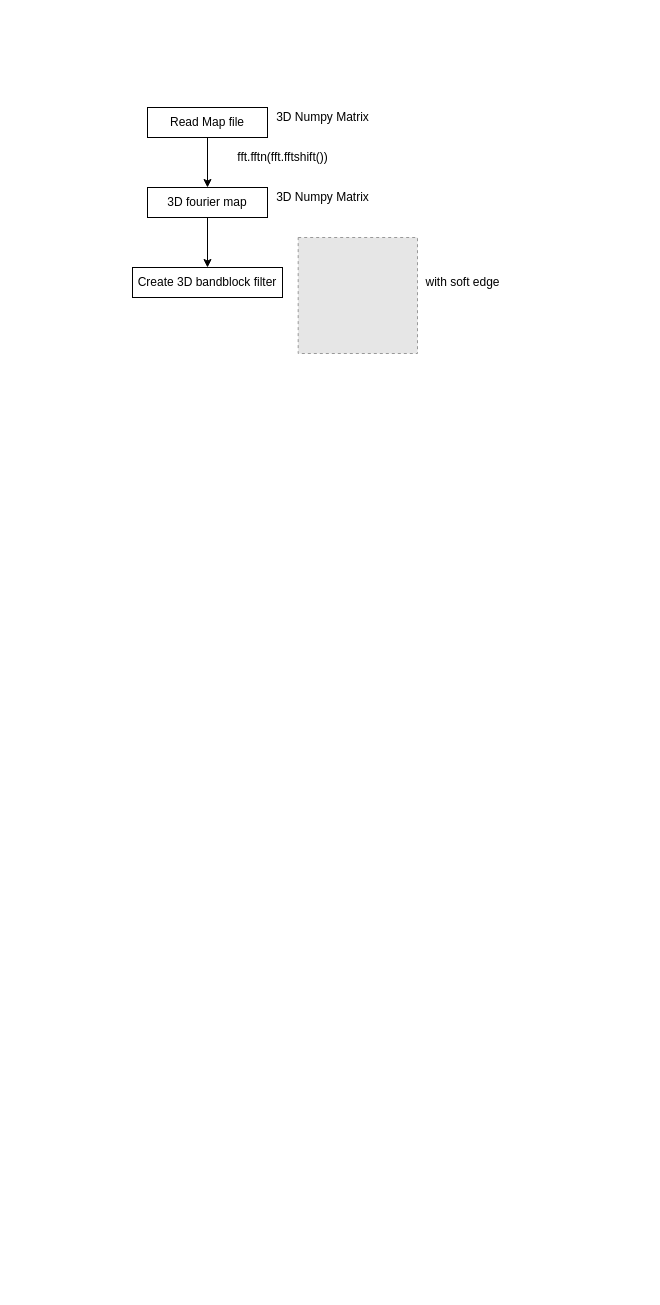
AmazonRF/test keeps this draw.io diagram as 0831Methods.drawio. Above is the earlier version. Source tidied: cells renumbered, new cells numbered last; positions are measured from the earlier drawing's top-left corner, leaving out a move shared by most shapes. Both pictures are drawn from the tidied source at 100%, with x=0, y=0 at pixel (132, 107). Pictures stored in the file or linked from it are replaced by grey dashed boxes.
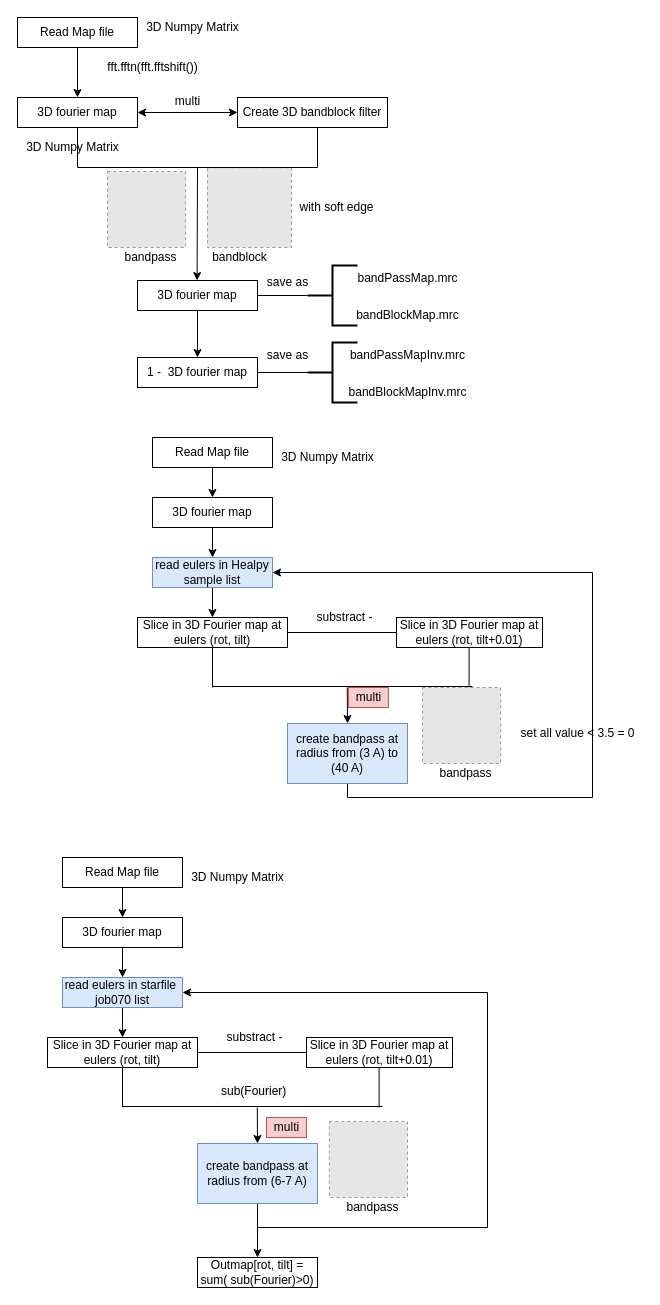
Above is the later version.

Diff of the diagram source:
```diff
@@
     <mxCell id="3" value="Read Map file" style="rounded=0;whiteSpace=wrap;html=1;" parent="1" vertex="1">
-      <mxGeometry x="15" width="120" height="30" as="geometry" />
+      <mxGeometry x="-115" y="-90" width="120" height="30" as="geometry" />
     </mxCell>
-    <mxCell id="4" style="edgeStyle=orthogonalEdgeStyle;rounded=0;jettySize=auto;html=1;exitX=0.5;exitY=1;exitDx=0;exitDy=0;entryX=0.5;entryY=0;entryDx=0;entryDy=0;" parent="1" edge="1" source="5" target="9">
-      <mxGeometry relative="1" as="geometry" />
-    </mxCell>
     <mxCell id="5" value="3D fourier map" style="rounded=0;whiteSpace=wrap;html=1;" parent="1" vertex="1">
-      <mxGeometry x="15" y="80" width="120" height="30" as="geometry" />
+      <mxGeometry x="-115" y="-10" width="120" height="30" as="geometry" />
     </mxCell>
     <mxCell id="6" value="fft.fftn(fft.fftshift())" style="text;html=1;align=center;verticalAlign=middle;strokeColor=none;" parent="1" vertex="1">
-      <mxGeometry x="95" y="40" width="110" height="20" as="geometry" />
+      <mxGeometry x="-35" y="-50" width="110" height="20" as="geometry" />
     </mxCell>
     <mxCell id="7" value="3D Numpy Matrix" style="text;html=1;align=center;verticalAlign=middle;strokeColor=none;" parent="1" vertex="1">
-      <mxGeometry x="135" width="110" height="20" as="geometry" />
+      <mxGeometry x="5" y="-90" width="110" height="20" as="geometry" />
     </mxCell>
     <mxCell id="8" value="3D Numpy Matrix" style="text;html=1;align=center;verticalAlign=middle;strokeColor=none;" parent="1" vertex="1">
-      <mxGeometry x="135" y="80" width="110" height="20" as="geometry" />
+      <mxGeometry x="-115" y="30" width="110" height="20" as="geometry" />
     </mxCell>
     <mxCell id="9" value="Create 3D bandblock filter" style="rounded=0;whiteSpace=wrap;html=1;" parent="1" vertex="1">
-      <mxGeometry y="160" width="150" height="30" as="geometry" />
+      <mxGeometry x="105" y="-10" width="150" height="30" as="geometry" />
     </mxCell>
     <mxCell id="10" value="with soft edge" style="text;html=1;align=center;verticalAlign=middle;strokeColor=none;" parent="1" vertex="1">
-      <mxGeometry x="285" y="165" width="90" height="20" as="geometry" />
+      <mxGeometry x="159" y="90.1" width="90" height="20" as="geometry" />
     </mxCell>
     <mxCell id="11" style="fillColor=#E6E6E6;strokeColor=#999999;dashed=1;verticalLabelPosition=bottom;labelBackgroundColor=#ffffff;verticalAlign=top;" parent="1" vertex="1">
-      <mxGeometry x="165.7" y="130" width="119.3" height="116" as="geometry" />
+      <mxGeometry x="-25" y="64" width="78.1" height="76" as="geometry" />
     </mxCell>
+    <mxCell id="12" style="fillColor=#E6E6E6;strokeColor=#999999;dashed=1;verticalLabelPosition=bottom;labelBackgroundColor=#ffffff;verticalAlign=top;" parent="1" vertex="1">
+      <mxGeometry x="75" y="60.2" width="84" height="79.8" as="geometry" />
+    </mxCell>
+    <mxCell id="13" value="bandpass" style="text;html=1;align=center;verticalAlign=middle;strokeColor=none;" parent="1" vertex="1">
+      <mxGeometry x="-16.9" y="140" width="70" height="20" as="geometry" />
+    </mxCell>
+    <mxCell id="14" value="bandblock" style="text;html=1;align=center;verticalAlign=middle;strokeColor=none;" parent="1" vertex="1">
+      <mxGeometry x="71.7" y="140" width="70" height="20" as="geometry" />
+    </mxCell>
+    <mxCell id="15" value="multi" style="text;html=1;align=center;verticalAlign=middle;strokeColor=none;" parent="1" vertex="1">
+      <mxGeometry x="35" y="-16" width="40" height="20" as="geometry" />
+    </mxCell>
+    <mxCell id="4" style="endArrow=classic;startArrow=classic;html=1;exitX=1;exitY=0.5;exitDx=0;exitDy=0;entryX=0;entryY=0.5;entryDx=0;entryDy=0;" parent="1" edge="1" source="5" target="9">
+      <mxGeometry relative="1" as="geometry" />
+    </mxCell>
+    <mxCell id="16" style="endArrow=none;html=1;exitX=0.5;exitY=1;exitDx=0;exitDy=0;" parent="1" edge="1" source="5">
+      <mxGeometry relative="1" as="geometry">
+        <mxPoint x="-55" y="60" as="targetPoint" />
+      </mxGeometry>
+    </mxCell>
+    <mxCell id="17" style="endArrow=none;html=1;entryX=0.5;entryY=1;entryDx=0;entryDy=0;" parent="1" edge="1">
+      <mxGeometry relative="1" as="geometry">
+        <mxPoint x="185" y="60" as="sourcePoint" />
+        <mxPoint x="185" y="20" as="targetPoint" />
+      </mxGeometry>
+    </mxCell>
+    <mxCell id="18" style="endArrow=none;html=1;" parent="1" edge="1">
+      <mxGeometry relative="1" as="geometry">
+        <mxPoint x="-55" y="60" as="sourcePoint" />
+        <mxPoint x="185" y="60" as="targetPoint" />
+      </mxGeometry>
+    </mxCell>
+    <mxCell id="19" style="edgeStyle=orthogonalEdgeStyle;rounded=0;jettySize=auto;html=1;exitX=0.5;exitY=1;exitDx=0;exitDy=0;entryX=0.5;entryY=0;entryDx=0;entryDy=0;" parent="1" edge="1" source="20" target="22">
+      <mxGeometry relative="1" as="geometry" />
+    </mxCell>
+    <mxCell id="20" value="3D fourier map" style="rounded=0;whiteSpace=wrap;html=1;" parent="1" vertex="1">
+      <mxGeometry x="5" y="173" width="120" height="30" as="geometry" />
+    </mxCell>
+    <mxCell id="21" style="endArrow=classic;html=1;" parent="1" edge="1">
+      <mxGeometry relative="1" as="geometry">
+        <mxPoint x="65" y="60" as="sourcePoint" />
+        <mxPoint x="64.6" y="173" as="targetPoint" />
+      </mxGeometry>
+    </mxCell>
+    <mxCell id="22" value="1 -&amp;nbsp; 3D fourier map" style="rounded=0;whiteSpace=wrap;html=1;" parent="1" vertex="1">
+      <mxGeometry x="5" y="250" width="120" height="30" as="geometry" />
+    </mxCell>
+    <mxCell id="23" style="strokeWidth=2;html=1;shape=mxgraph.flowchart.annotation_2;align=left;labelPosition=right;" parent="1" vertex="1">
+      <mxGeometry x="175" y="158" width="50" height="60" as="geometry" />
+    </mxCell>
+    <mxCell id="24" value="bandPassMap.mrc" style="text;html=1;align=center;verticalAlign=middle;strokeColor=none;" parent="1" vertex="1">
+      <mxGeometry x="215" y="161" width="120" height="20" as="geometry" />
+    </mxCell>
+    <mxCell id="25" value="bandBlockMap.mrc" style="text;html=1;align=center;verticalAlign=middle;strokeColor=none;" parent="1" vertex="1">
+      <mxGeometry x="215" y="198" width="120" height="20" as="geometry" />
+    </mxCell>
+    <mxCell id="26" style="endArrow=none;html=1;entryX=0;entryY=0.5;entryDx=0;entryDy=0;entryPerimeter=0;exitX=1;exitY=0.5;exitDx=0;exitDy=0;" parent="1" edge="1" source="20" target="23">
+      <mxGeometry relative="1" as="geometry" />
+    </mxCell>
+    <mxCell id="27" style="strokeWidth=2;html=1;shape=mxgraph.flowchart.annotation_2;align=left;labelPosition=right;" parent="1" vertex="1">
+      <mxGeometry x="175" y="235" width="50" height="60" as="geometry" />
+    </mxCell>
+    <mxCell id="28" value="bandPassMapInv.mrc" style="text;html=1;align=center;verticalAlign=middle;strokeColor=none;" parent="1" vertex="1">
+      <mxGeometry x="210" y="238" width="130" height="20" as="geometry" />
+    </mxCell>
+    <mxCell id="29" value="bandBlockMapInv.mrc" style="text;html=1;align=center;verticalAlign=middle;strokeColor=none;" parent="1" vertex="1">
+      <mxGeometry x="210" y="275" width="130" height="20" as="geometry" />
+    </mxCell>
+    <mxCell id="30" style="endArrow=none;html=1;entryX=0;entryY=0.5;entryDx=0;entryDy=0;entryPerimeter=0;exitX=1;exitY=0.5;exitDx=0;exitDy=0;" parent="1" edge="1" source="22" target="27">
+      <mxGeometry relative="1" as="geometry" />
+    </mxCell>
+    <mxCell id="31" value="save as" style="text;html=1;align=center;verticalAlign=middle;strokeColor=none;" parent="1" vertex="1">
+      <mxGeometry x="125" y="165" width="60" height="20" as="geometry" />
+    </mxCell>
+    <mxCell id="32" value="save as" style="text;html=1;align=center;verticalAlign=middle;strokeColor=none;" parent="1" vertex="1">
+      <mxGeometry x="125" y="238" width="60" height="20" as="geometry" />
+    </mxCell>
+    <mxCell id="33" style="edgeStyle=orthogonalEdgeStyle;rounded=0;jettySize=auto;html=1;exitX=0.5;exitY=1;exitDx=0;exitDy=0;entryX=0.5;entryY=0;entryDx=0;entryDy=0;" parent="1" edge="1" source="34" target="38">
+      <mxGeometry relative="1" as="geometry" />
+    </mxCell>
+    <mxCell id="34" value="Read Map file" style="rounded=0;whiteSpace=wrap;html=1;" parent="1" vertex="1">
+      <mxGeometry x="20" y="330" width="120" height="30" as="geometry" />
+    </mxCell>
+    <mxCell id="35" value="3D Numpy Matrix" style="text;html=1;align=center;verticalAlign=middle;strokeColor=none;" parent="1" vertex="1">
+      <mxGeometry x="140" y="340" width="110" height="20" as="geometry" />
+    </mxCell>
+    <mxCell id="36" value="Slice in 3D Fourier map at eulers (rot, tilt)" style="rounded=0;whiteSpace=wrap;html=1;" parent="1" vertex="1">
+      <mxGeometry x="5" y="510" width="150" height="30" as="geometry" />
+    </mxCell>
+    <mxCell id="37" style="edgeStyle=orthogonalEdgeStyle;rounded=0;jettySize=auto;html=1;exitX=0.5;exitY=1;exitDx=0;exitDy=0;entryX=0.5;entryY=0;entryDx=0;entryDy=0;" parent="1" edge="1" source="38" target="40">
+      <mxGeometry relative="1" as="geometry" />
+    </mxCell>
+    <mxCell id="38" value="3D fourier map" style="rounded=0;whiteSpace=wrap;html=1;" parent="1" vertex="1">
+      <mxGeometry x="20" y="390" width="120" height="30" as="geometry" />
+    </mxCell>
+    <mxCell id="39" style="edgeStyle=orthogonalEdgeStyle;rounded=0;jettySize=auto;html=1;exitX=0.5;exitY=1;exitDx=0;exitDy=0;entryX=0.5;entryY=0;entryDx=0;entryDy=0;" parent="1" edge="1" source="40" target="36">
+      <mxGeometry relative="1" as="geometry" />
+    </mxCell>
+    <mxCell id="40" value="read eulers in Healpy sample list" style="rounded=0;whiteSpace=wrap;html=1;fillColor=#dae8fc;strokeColor=#6c8ebf;" parent="1" vertex="1">
+      <mxGeometry x="20" y="450" width="120" height="30" as="geometry" />
+    </mxCell>
+    <mxCell id="41" value="Slice in 3D Fourier map at eulers (rot, tilt+0.01)" style="rounded=0;whiteSpace=wrap;html=1;" parent="1" vertex="1">
+      <mxGeometry x="264" y="510" width="146" height="30" as="geometry" />
+    </mxCell>
+    <mxCell id="42" style="endArrow=none;html=1;entryX=1;entryY=0.5;entryDx=0;entryDy=0;exitX=0;exitY=0.5;exitDx=0;exitDy=0;" parent="1" edge="1" source="41" target="36">
+      <mxGeometry relative="1" as="geometry" />
+    </mxCell>
+    <mxCell id="43" value="substract -" style="text;html=1;align=center;verticalAlign=middle;strokeColor=none;" parent="1" vertex="1">
+      <mxGeometry x="176.7" y="500" width="70" height="20" as="geometry" />
+    </mxCell>
+    <mxCell id="44" style="endArrow=none;html=1;exitX=0.5;exitY=1;exitDx=0;exitDy=0;" parent="1" edge="1">
+      <mxGeometry relative="1" as="geometry">
+        <mxPoint x="80" y="540" as="sourcePoint" />
+        <mxPoint x="80" y="580" as="targetPoint" />
+      </mxGeometry>
+    </mxCell>
+    <mxCell id="45" style="endArrow=none;html=1;entryX=0.5;entryY=1;entryDx=0;entryDy=0;" parent="1" edge="1">
+      <mxGeometry relative="1" as="geometry">
+        <mxPoint x="336.6" y="580" as="sourcePoint" />
+        <mxPoint x="336.6" y="540" as="targetPoint" />
+      </mxGeometry>
+    </mxCell>
+    <mxCell id="46" style="endArrow=none;html=1;" parent="1" edge="1">
+      <mxGeometry relative="1" as="geometry">
+        <mxPoint x="79.6" y="579" as="sourcePoint" />
+        <mxPoint x="340" y="579" as="targetPoint" />
+      </mxGeometry>
+    </mxCell>
+    <mxCell id="47" style="fillColor=#E6E6E6;strokeColor=#999999;dashed=1;verticalLabelPosition=bottom;labelBackgroundColor=#ffffff;verticalAlign=top;" parent="1" vertex="1">
+      <mxGeometry x="290" y="580" width="78.1" height="76" as="geometry" />
+    </mxCell>
+    <mxCell id="48" value="bandpass" style="text;html=1;align=center;verticalAlign=middle;strokeColor=none;" parent="1" vertex="1">
+      <mxGeometry x="298.1" y="656" width="70" height="20" as="geometry" />
+    </mxCell>
+    <mxCell id="49" style="endArrow=classic;html=1;entryX=0.5;entryY=0;entryDx=0;entryDy=0;" parent="1" edge="1" target="52">
+      <mxGeometry relative="1" as="geometry">
+        <mxPoint x="214.8" y="580" as="sourcePoint" />
+      </mxGeometry>
+    </mxCell>
+    <mxCell id="50" value="set all value &amp;lt; 3.5 = 0" style="text;html=1;align=center;verticalAlign=middle;strokeColor=none;" parent="1" vertex="1">
+      <mxGeometry x="380" y="616" width="130" height="20" as="geometry" />
+    </mxCell>
+    <mxCell id="51" style="edgeStyle=orthogonalEdgeStyle;rounded=0;jettySize=auto;html=1;exitX=0.5;exitY=1;exitDx=0;exitDy=0;entryX=1;entryY=0.5;entryDx=0;entryDy=0;" parent="1" edge="1" source="52" target="40">
+      <mxGeometry relative="1" as="geometry">
+        <Array as="points">
+          <mxPoint x="215" y="690" />
+          <mxPoint x="460" y="690" />
+          <mxPoint x="460" y="465" />
+        </Array>
+      </mxGeometry>
+    </mxCell>
+    <mxCell id="52" value="create bandpass at radius from (3 A) to (40 A)" style="rounded=0;whiteSpace=wrap;html=1;fillColor=#dae8fc;strokeColor=#6c8ebf;" parent="1" vertex="1">
+      <mxGeometry x="155" y="616" width="120" height="60" as="geometry" />
+    </mxCell>
+    <mxCell id="53" style="edgeStyle=orthogonalEdgeStyle;rounded=0;jettySize=auto;html=1;exitX=0.5;exitY=1;exitDx=0;exitDy=0;entryX=0.5;entryY=0;entryDx=0;entryDy=0;" parent="1" edge="1" source="54" target="58">
+      <mxGeometry relative="1" as="geometry" />
+    </mxCell>
+    <mxCell id="54" value="Read Map file" style="rounded=0;whiteSpace=wrap;html=1;" parent="1" vertex="1">
+      <mxGeometry x="-70" y="750" width="120" height="30" as="geometry" />
+    </mxCell>
+    <mxCell id="55" value="3D Numpy Matrix" style="text;html=1;align=center;verticalAlign=middle;strokeColor=none;" parent="1" vertex="1">
+      <mxGeometry x="50" y="760" width="110" height="20" as="geometry" />
+    </mxCell>
+    <mxCell id="56" value="Slice in 3D Fourier map at eulers (rot, tilt)" style="rounded=0;whiteSpace=wrap;html=1;" parent="1" vertex="1">
+      <mxGeometry x="-85" y="930" width="150" height="30" as="geometry" />
+    </mxCell>
+    <mxCell id="57" style="edgeStyle=orthogonalEdgeStyle;rounded=0;jettySize=auto;html=1;exitX=0.5;exitY=1;exitDx=0;exitDy=0;entryX=0.5;entryY=0;entryDx=0;entryDy=0;" parent="1" edge="1" source="58" target="60">
+      <mxGeometry relative="1" as="geometry" />
+    </mxCell>
+    <mxCell id="58" value="3D fourier map" style="rounded=0;whiteSpace=wrap;html=1;" parent="1" vertex="1">
+      <mxGeometry x="-70" y="810" width="120" height="30" as="geometry" />
+    </mxCell>
+    <mxCell id="59" style="edgeStyle=orthogonalEdgeStyle;rounded=0;jettySize=auto;html=1;exitX=0.5;exitY=1;exitDx=0;exitDy=0;entryX=0.5;entryY=0;entryDx=0;entryDy=0;" parent="1" edge="1" source="60" target="56">
+      <mxGeometry relative="1" as="geometry" />
+    </mxCell>
+    <mxCell id="60" value="read eulers in starfile&amp;nbsp; job070 list" style="rounded=0;whiteSpace=wrap;html=1;fillColor=#dae8fc;strokeColor=#6c8ebf;" parent="1" vertex="1">
+      <mxGeometry x="-70" y="870" width="120" height="30" as="geometry" />
+    </mxCell>
+    <mxCell id="61" value="Slice in 3D Fourier map at eulers (rot, tilt+0.01)" style="rounded=0;whiteSpace=wrap;html=1;" parent="1" vertex="1">
+      <mxGeometry x="174" y="930" width="146" height="30" as="geometry" />
+    </mxCell>
+    <mxCell id="62" style="endArrow=none;html=1;entryX=1;entryY=0.5;entryDx=0;entryDy=0;exitX=0;exitY=0.5;exitDx=0;exitDy=0;" parent="1" edge="1" source="61" target="56">
+      <mxGeometry relative="1" as="geometry" />
+    </mxCell>
+    <mxCell id="63" value="substract -" style="text;html=1;align=center;verticalAlign=middle;strokeColor=none;" parent="1" vertex="1">
+      <mxGeometry x="86.7" y="920" width="70" height="20" as="geometry" />
+    </mxCell>
+    <mxCell id="64" style="endArrow=none;html=1;exitX=0.5;exitY=1;exitDx=0;exitDy=0;" parent="1" edge="1">
+      <mxGeometry relative="1" as="geometry">
+        <mxPoint x="-10" y="960" as="sourcePoint" />
+        <mxPoint x="-10" y="1000" as="targetPoint" />
+      </mxGeometry>
+    </mxCell>
+    <mxCell id="65" style="endArrow=none;html=1;entryX=0.5;entryY=1;entryDx=0;entryDy=0;" parent="1" edge="1">
+      <mxGeometry relative="1" as="geometry">
+        <mxPoint x="246.6" y="1000" as="sourcePoint" />
+        <mxPoint x="246.6" y="960" as="targetPoint" />
+      </mxGeometry>
+    </mxCell>
+    <mxCell id="66" style="endArrow=none;html=1;" parent="1" edge="1">
+      <mxGeometry relative="1" as="geometry">
+        <mxPoint x="-10.4" y="999" as="sourcePoint" />
+        <mxPoint x="250" y="999" as="targetPoint" />
+      </mxGeometry>
+    </mxCell>
+    <mxCell id="67" style="fillColor=#E6E6E6;strokeColor=#999999;dashed=1;verticalLabelPosition=bottom;labelBackgroundColor=#ffffff;verticalAlign=top;" parent="1" vertex="1">
+      <mxGeometry x="196.9" y="1014" width="78.1" height="76" as="geometry" />
+    </mxCell>
+    <mxCell id="68" value="bandpass" style="text;html=1;align=center;verticalAlign=middle;strokeColor=none;" parent="1" vertex="1">
+      <mxGeometry x="205" y="1090" width="70" height="20" as="geometry" />
+    </mxCell>
+    <mxCell id="69" style="endArrow=classic;html=1;entryX=0.5;entryY=0;entryDx=0;entryDy=0;" parent="1" edge="1" target="72">
+      <mxGeometry relative="1" as="geometry">
+        <mxPoint x="124.8" y="1000" as="sourcePoint" />
+      </mxGeometry>
+    </mxCell>
+    <mxCell id="70" style="edgeStyle=orthogonalEdgeStyle;rounded=0;jettySize=auto;html=1;exitX=0.5;exitY=1;exitDx=0;exitDy=0;entryX=1;entryY=0.5;entryDx=0;entryDy=0;" parent="1" edge="1" source="72" target="60">
+      <mxGeometry relative="1" as="geometry">
+        <Array as="points">
+          <mxPoint x="125" y="1120" />
+          <mxPoint x="355" y="1120" />
+          <mxPoint x="355" y="885" />
+        </Array>
+      </mxGeometry>
+    </mxCell>
+    <mxCell id="71" style="edgeStyle=orthogonalEdgeStyle;rounded=0;jettySize=auto;html=1;exitX=0.5;exitY=1;exitDx=0;exitDy=0;entryX=0.5;entryY=0;entryDx=0;entryDy=0;" parent="1" edge="1" source="72" target="73">
+      <mxGeometry relative="1" as="geometry" />
+    </mxCell>
+    <mxCell id="72" value="create bandpass at radius from (6-7 A)" style="rounded=0;whiteSpace=wrap;html=1;fillColor=#dae8fc;strokeColor=#6c8ebf;" parent="1" vertex="1">
+      <mxGeometry x="65" y="1036" width="120" height="60" as="geometry" />
+    </mxCell>
+    <mxCell id="73" value="Outmap[rot, tilt] = sum( sub(Fourier)&amp;gt;0)" style="rounded=0;whiteSpace=wrap;html=1;" parent="1" vertex="1">
+      <mxGeometry x="65" y="1150" width="120" height="30" as="geometry" />
+    </mxCell>
+    <mxCell id="74" value="multi" style="text;html=1;align=center;verticalAlign=middle;strokeColor=#b85450;fillColor=#f8cecc;" parent="1" vertex="1">
+      <mxGeometry x="215.9" y="580" width="40" height="20" as="geometry" />
+    </mxCell>
+    <mxCell id="75" value="multi" style="text;html=1;align=center;verticalAlign=middle;strokeColor=#b85450;fillColor=#f8cecc;" parent="1" vertex="1">
+      <mxGeometry x="134" y="1010" width="40" height="20" as="geometry" />
+    </mxCell>
+    <mxCell id="76" value="&lt;span style=&quot;color: rgb(0, 0, 0); font-family: helvetica; font-size: 12px; font-style: normal; font-weight: 400; letter-spacing: normal; text-align: center; text-indent: 0px; text-transform: none; word-spacing: 0px; background-color: rgb(248, 249, 250); display: inline; float: none;&quot;&gt;sub(Fourier)&lt;/span&gt;" style="text;whiteSpace=wrap;html=1;" parent="1" vertex="1">
+      <mxGeometry x="86.7" y="970" width="90" height="30" as="geometry" />
+    </mxCell>
```
